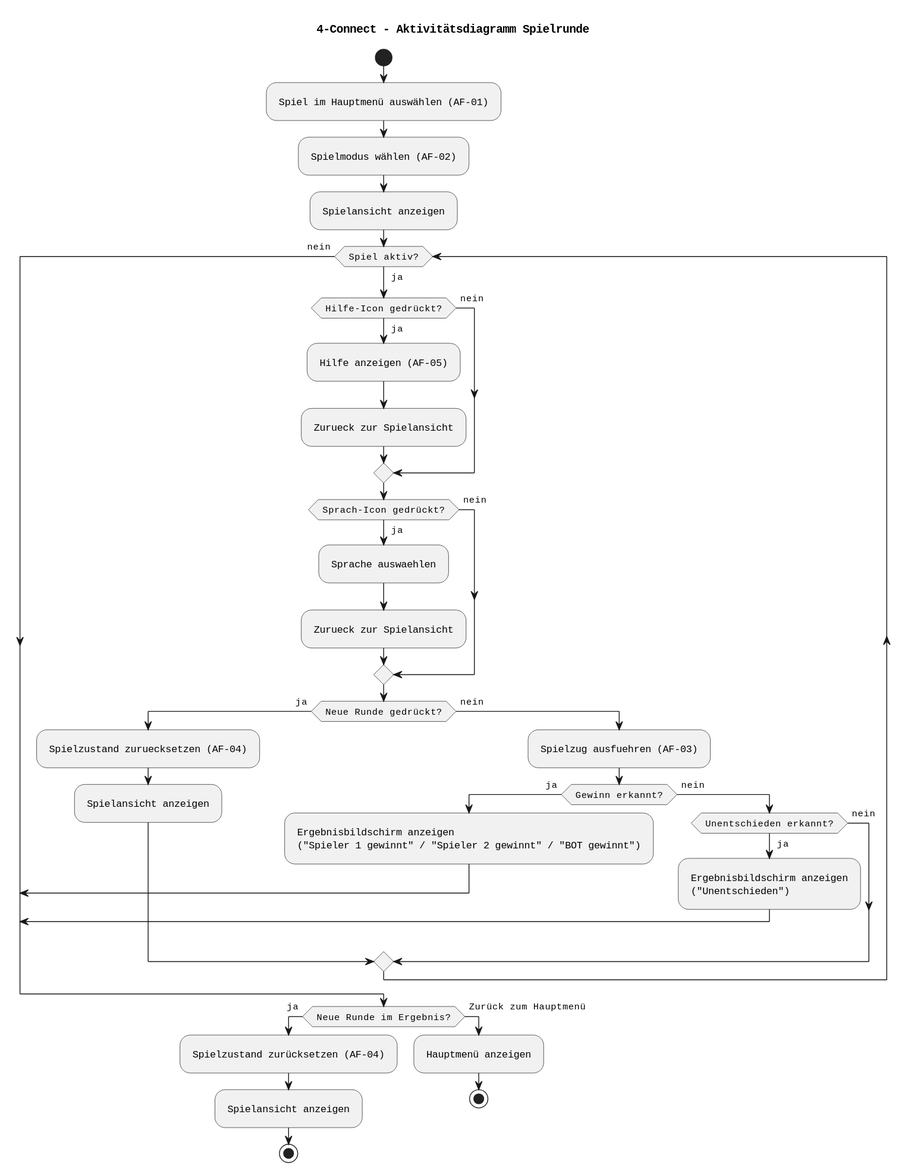
Earlier version of the PlantUML export documentation/diagrams/activity_spielrunde.svg (realLucas01/SEGR11). Its diagram source:
```plantuml
@startuml
title 4-Connect - Aktivitätsdiagramm Spielrunde


skinparam defaultFontName Monospaced
skinparam nodesep 300
skinparam ranksep 100
skinparam padding 5


start
:Spiel im Hauptmenü auswählen (AF-01);
:Spielmodus wählen (AF-02);
:Spielansicht anzeigen;

while (Spiel aktiv?) is (ja)
  if (Hilfe-Icon gedrückt?) then (ja)
    :Hilfe anzeigen (AF-05);
    :Zurueck zur Spielansicht;
    else (nein)
  endif

  if (Sprach-Icon gedrückt?) then (ja)
    :Sprache auswaehlen;
    :Zurueck zur Spielansicht;
    else (nein)
  endif

  if (Neue Runde gedrückt?) then (ja)
    :Spielzustand zuruecksetzen (AF-04);
    :Spielansicht anzeigen;
  else (nein)
    :Spielzug ausfuehren (AF-03);

    if (Gewinn erkannt?) then (ja)
      :Ergebnisbildschirm anzeigen\n("Spieler 1 gewinnt" / "Spieler 2 gewinnt" / "BOT gewinnt");
      break
    else (nein)
      if (Unentschieden erkannt?) then (ja)
        :Ergebnisbildschirm anzeigen\n("Unentschieden");
        break
        else (nein)
      endif
    endif
  endif
endwhile (nein)

if (Neue Runde im Ergebnis?) then (ja)
  :Spielzustand zurücksetzen (AF-04);
  :Spielansicht anzeigen;
  stop
else (Zurück zum Hauptmenü)
  :Hauptmenü anzeigen;
  stop
endif
@enduml
```
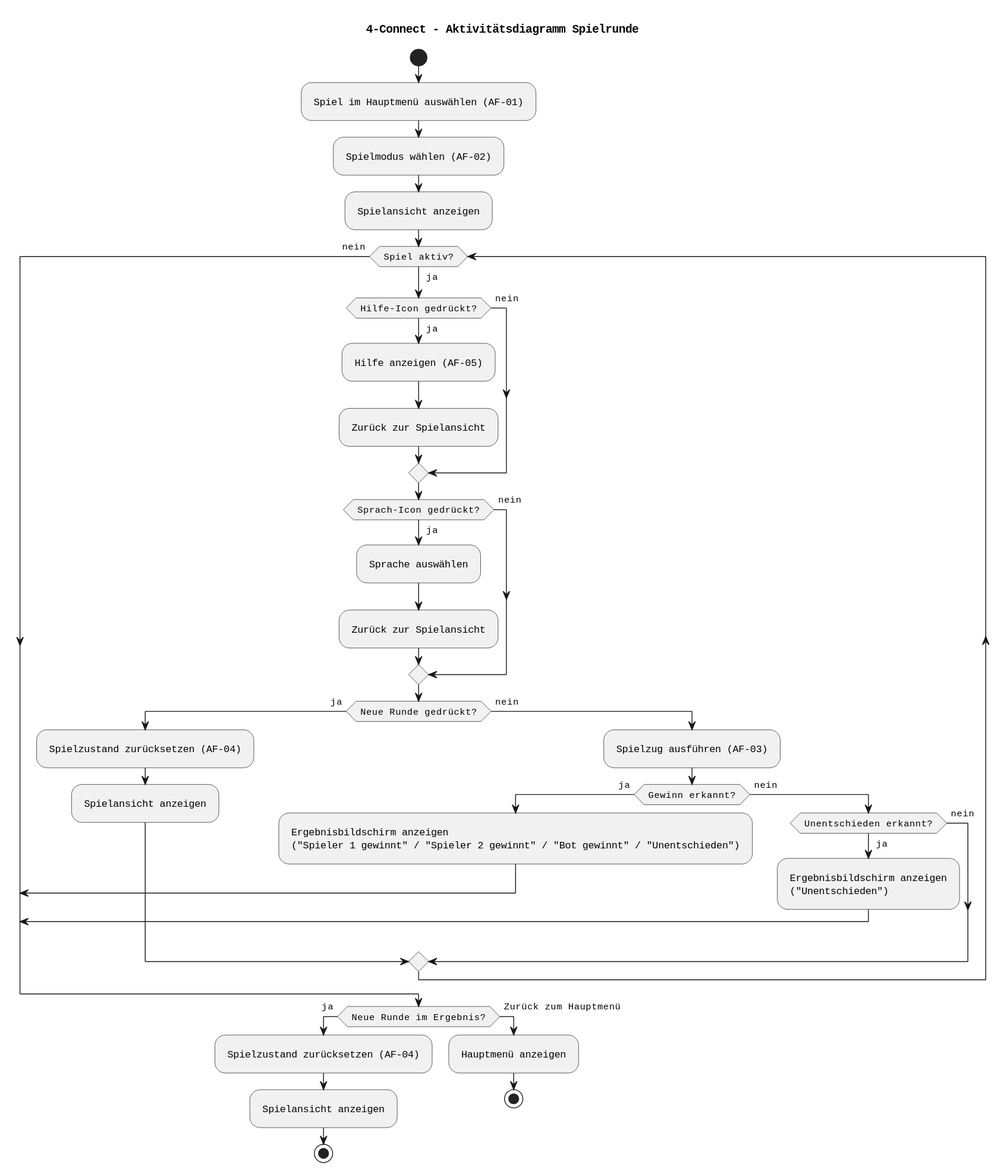
After the commit.

What changed in the source:
```diff
@@ -16,24 +16,24 @@
 while (Spiel aktiv?) is (ja)
   if (Hilfe-Icon gedrückt?) then (ja)
     :Hilfe anzeigen (AF-05);
-    :Zurueck zur Spielansicht;
+    :Zurück zur Spielansicht;
     else (nein)
   endif
 
   if (Sprach-Icon gedrückt?) then (ja)
-    :Sprache auswaehlen;
-    :Zurueck zur Spielansicht;
+    :Sprache auswählen;
+    :Zurück zur Spielansicht;
     else (nein)
   endif
 
   if (Neue Runde gedrückt?) then (ja)
-    :Spielzustand zuruecksetzen (AF-04);
+    :Spielzustand zurücksetzen (AF-04);
     :Spielansicht anzeigen;
   else (nein)
-    :Spielzug ausfuehren (AF-03);
+    :Spielzug ausführen (AF-03);
 
     if (Gewinn erkannt?) then (ja)
-      :Ergebnisbildschirm anzeigen\n("Spieler 1 gewinnt" / "Spieler 2 gewinnt" / "BOT gewinnt");
+      :Ergebnisbildschirm anzeigen\n("Spieler 1 gewinnt" / "Spieler 2 gewinnt" / "Bot gewinnt" / "Unentschieden");
       break
     else (nein)
       if (Unentschieden erkannt?) then (ja)
```
